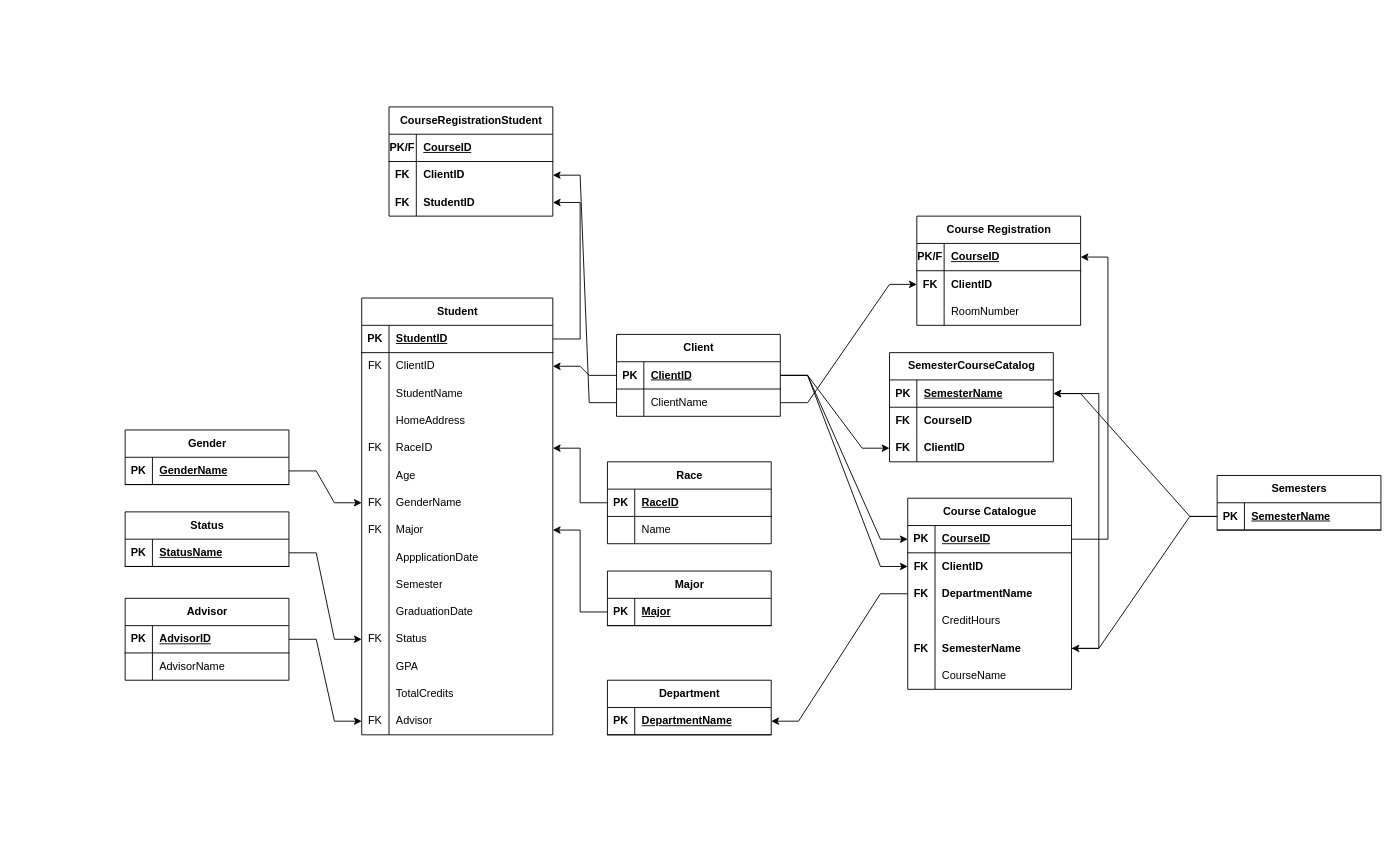
The draw.io diagram Project 5.drawio in dkim28/dkim28, before the edit. Source tidied: cells renumbered, new cells numbered last; positions are measured from the earlier drawing's top-left corner, leaving out a move shared by most shapes. Both pictures are drawn from the tidied source at 91%, with x=0, y=0 at pixel (125, 106).
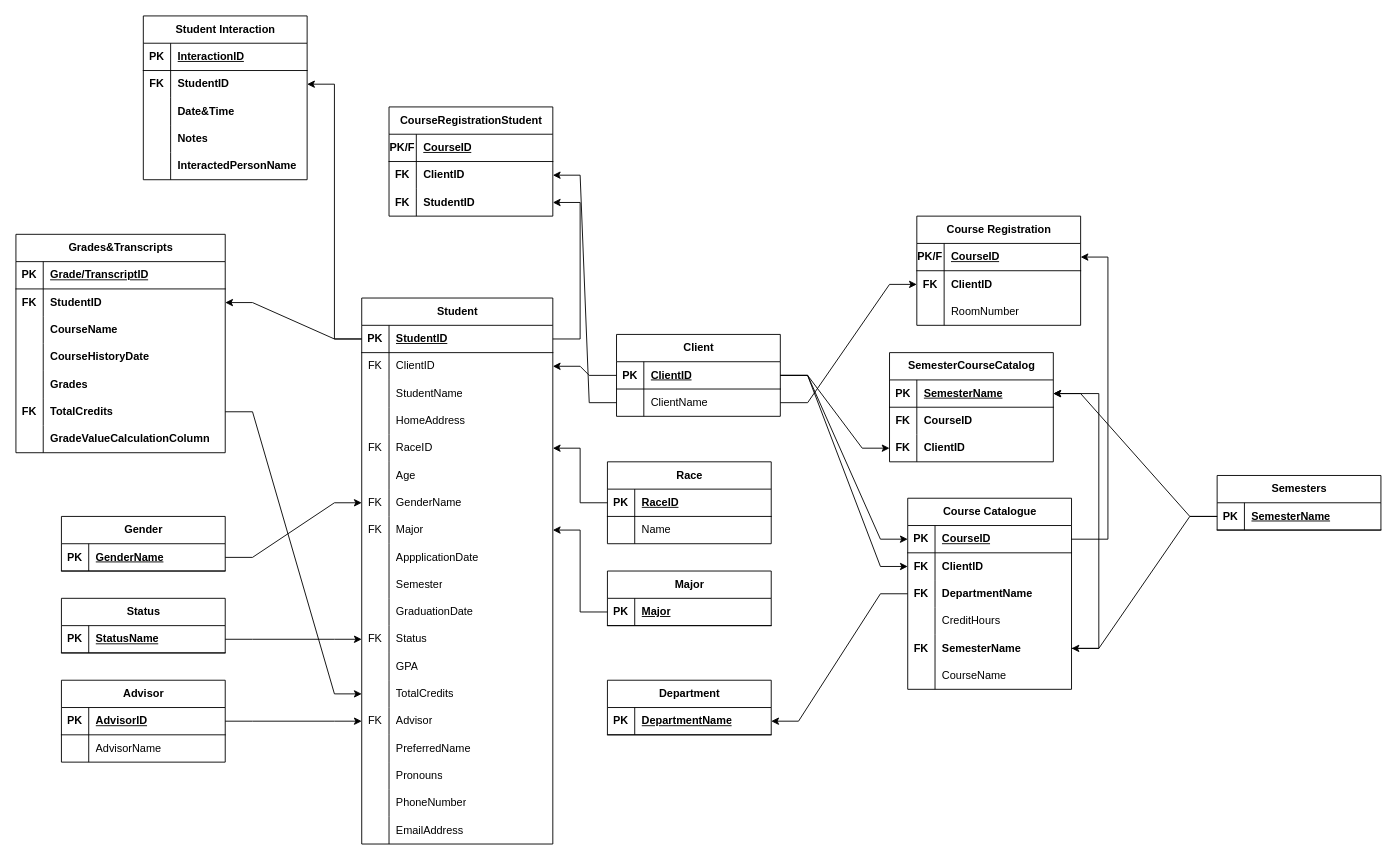
The same diagram, later.

The change refers to these unchanged cells:
```xml
<mxCell id="3" style="shape=tableRow;horizontal=0;startSize=0;swimlaneHead=0;swimlaneBody=0;fillColor=none;points=[[0,0.5],[1,0.5]];portConstraint=eastwest;top=0;left=0;right=0;bottom=1;" parent="2" vertex="1">
  <mxGeometry y="30" width="210" height="30" as="geometry" />
</mxCell>
<mxCell id="42" style="shape=tableRow;horizontal=0;startSize=0;swimlaneHead=0;swimlaneBody=0;fillColor=none;points=[[0,0.5],[1,0.5]];portConstraint=eastwest;top=0;left=0;right=0;bottom=0;" parent="2" vertex="1">
  <mxGeometry y="420" width="210" height="30" as="geometry" />
</mxCell>
```

Diff of the diagram source:
```diff
@@
     <mxCell id="2" value="Student" style="shape=table;startSize=30;childLayout=tableLayout;rowLines=0;fontStyle=1;align=center;html=1;" parent="1" vertex="1">
-      <mxGeometry x="260" y="210" width="210" height="480" as="geometry" />
+      <mxGeometry x="260" y="210" width="210" height="600" as="geometry" />
     </mxCell>
@@
+    <mxCell id="155" style="shape=tableRow;horizontal=0;startSize=0;swimlaneHead=0;swimlaneBody=0;fillColor=none;top=0;left=0;right=0;bottom=0;" parent="2" vertex="1">
+      <mxGeometry y="480" width="210" height="30" as="geometry" />
+    </mxCell>
+    <mxCell id="156" style="shape=partialRectangle;fillColor=none;top=0;left=0;bottom=0;right=0;overflow=hidden;whiteSpace=wrap;html=1;" parent="155" vertex="1">
+      <mxGeometry width="30" height="30" as="geometry" />
+    </mxCell>
+    <mxCell id="157" value="PreferredName" style="shape=partialRectangle;fillColor=none;top=0;left=0;bottom=0;right=0;align=left;spacingLeft=6;overflow=hidden;whiteSpace=wrap;html=1;" parent="155" vertex="1">
+      <mxGeometry x="30" width="180" height="30" as="geometry" />
+    </mxCell>
+    <mxCell id="158" style="shape=tableRow;horizontal=0;startSize=0;swimlaneHead=0;swimlaneBody=0;fillColor=none;top=0;left=0;right=0;bottom=0;" parent="2" vertex="1">
+      <mxGeometry y="510" width="210" height="30" as="geometry" />
+    </mxCell>
+    <mxCell id="159" style="shape=partialRectangle;fillColor=none;top=0;left=0;bottom=0;right=0;overflow=hidden;whiteSpace=wrap;html=1;" parent="158" vertex="1">
+      <mxGeometry width="30" height="30" as="geometry" />
+    </mxCell>
+    <mxCell id="160" value="Pronouns" style="shape=partialRectangle;fillColor=none;top=0;left=0;bottom=0;right=0;align=left;spacingLeft=6;overflow=hidden;whiteSpace=wrap;html=1;" parent="158" vertex="1">
+      <mxGeometry x="30" width="180" height="30" as="geometry" />
+    </mxCell>
+    <mxCell id="161" style="shape=tableRow;horizontal=0;startSize=0;swimlaneHead=0;swimlaneBody=0;fillColor=none;top=0;left=0;right=0;bottom=0;" parent="2" vertex="1">
+      <mxGeometry y="540" width="210" height="30" as="geometry" />
+    </mxCell>
+    <mxCell id="162" style="shape=partialRectangle;fillColor=none;top=0;left=0;bottom=0;right=0;overflow=hidden;whiteSpace=wrap;html=1;" parent="161" vertex="1">
+      <mxGeometry width="30" height="30" as="geometry" />
+    </mxCell>
+    <mxCell id="163" value="PhoneNumber" style="shape=partialRectangle;fillColor=none;top=0;left=0;bottom=0;right=0;align=left;spacingLeft=6;overflow=hidden;whiteSpace=wrap;html=1;" parent="161" vertex="1">
+      <mxGeometry x="30" width="180" height="30" as="geometry" />
+    </mxCell>
+    <mxCell id="164" style="shape=tableRow;horizontal=0;startSize=0;swimlaneHead=0;swimlaneBody=0;fillColor=none;top=0;left=0;right=0;bottom=0;" parent="2" vertex="1">
+      <mxGeometry y="570" width="210" height="30" as="geometry" />
+    </mxCell>
+    <mxCell id="165" style="shape=partialRectangle;fillColor=none;top=0;left=0;bottom=0;right=0;overflow=hidden;whiteSpace=wrap;html=1;" parent="164" vertex="1">
+      <mxGeometry width="30" height="30" as="geometry" />
+    </mxCell>
+    <mxCell id="166" value="EmailAddress" style="shape=partialRectangle;fillColor=none;top=0;left=0;bottom=0;right=0;align=left;spacingLeft=6;overflow=hidden;whiteSpace=wrap;html=1;" parent="164" vertex="1">
+      <mxGeometry x="30" width="180" height="30" as="geometry" />
+    </mxCell>
@@
     <mxCell id="95" value="Gender" style="shape=table;startSize=30;childLayout=tableLayout;rowLines=0;fontStyle=1;align=center;html=1;" parent="1" vertex="1">
-      <mxGeometry y="355" width="180" height="60" as="geometry" />
+      <mxGeometry x="-70" y="450" width="180" height="60" as="geometry" />
     </mxCell>
@@
     <mxCell id="99" value="Status" style="shape=table;startSize=30;childLayout=tableLayout;rowLines=0;fontStyle=1;align=center;html=1;" parent="1" vertex="1">
-      <mxGeometry y="445" width="180" height="60" as="geometry" />
+      <mxGeometry x="-70" y="540" width="180" height="60" as="geometry" />
     </mxCell>
@@
     <mxCell id="103" value="Advisor" style="shape=table;startSize=30;childLayout=tableLayout;rowLines=0;fontStyle=1;align=center;html=1;" parent="1" vertex="1">
-      <mxGeometry y="540" width="180" height="90" as="geometry" />
+      <mxGeometry x="-70" y="630" width="180" height="90" as="geometry" />
     </mxCell>
@@
+    <mxCell id="167" value="Student Interaction" style="shape=table;startSize=30;childLayout=tableLayout;rowLines=0;fontStyle=1;align=center;html=1;" parent="1" vertex="1">
+      <mxGeometry x="20" y="-100" width="180" height="180" as="geometry" />
+    </mxCell>
+    <mxCell id="168" style="shape=tableRow;horizontal=0;startSize=0;swimlaneHead=0;swimlaneBody=0;fillColor=none;top=0;left=0;right=0;bottom=1;" parent="167" vertex="1">
+      <mxGeometry y="30" width="180" height="30" as="geometry" />
+    </mxCell>
+    <mxCell id="169" value="PK" style="shape=partialRectangle;fillColor=none;top=0;left=0;bottom=0;right=0;fontStyle=1;overflow=hidden;whiteSpace=wrap;html=1;" parent="168" vertex="1">
+      <mxGeometry width="30" height="30" as="geometry" />
+    </mxCell>
+    <mxCell id="170" value="InteractionID" style="shape=partialRectangle;fillColor=none;top=0;left=0;bottom=0;right=0;align=left;spacingLeft=6;fontStyle=5;overflow=hidden;whiteSpace=wrap;html=1;" parent="168" vertex="1">
+      <mxGeometry x="30" width="150" height="30" as="geometry" />
+    </mxCell>
+    <mxCell id="171" style="shape=tableRow;horizontal=0;startSize=0;swimlaneHead=0;swimlaneBody=0;fillColor=none;points=[[0,0.5],[1,0.5]];portConstraint=eastwest;top=0;left=0;right=0;bottom=0;" parent="167" vertex="1">
+      <mxGeometry y="60" width="180" height="30" as="geometry" />
+    </mxCell>
+    <mxCell id="172" value="&lt;b&gt;FK&lt;/b&gt;" style="shape=partialRectangle;fillColor=none;top=0;left=0;bottom=0;right=0;overflow=hidden;whiteSpace=wrap;html=1;" parent="171" vertex="1">
+      <mxGeometry width="30" height="30" as="geometry" />
+    </mxCell>
+    <mxCell id="173" value="&lt;b&gt;StudentID&lt;/b&gt;" style="shape=partialRectangle;fillColor=none;top=0;left=0;bottom=0;right=0;align=left;spacingLeft=6;overflow=hidden;whiteSpace=wrap;html=1;" parent="171" vertex="1">
+      <mxGeometry x="30" width="150" height="30" as="geometry" />
+    </mxCell>
+    <mxCell id="174" style="shape=tableRow;horizontal=0;startSize=0;swimlaneHead=0;swimlaneBody=0;fillColor=none;top=0;left=0;right=0;bottom=0;" parent="167" vertex="1">
+      <mxGeometry y="90" width="180" height="30" as="geometry" />
+    </mxCell>
+    <mxCell id="175" style="shape=partialRectangle;fillColor=none;top=0;left=0;bottom=0;right=0;overflow=hidden;whiteSpace=wrap;html=1;" parent="174" vertex="1">
+      <mxGeometry width="30" height="30" as="geometry" />
+    </mxCell>
+    <mxCell id="176" value="&lt;b&gt;Date&amp;amp;Time&lt;br&gt;&lt;/b&gt;" style="shape=partialRectangle;fillColor=none;top=0;left=0;bottom=0;right=0;align=left;spacingLeft=6;overflow=hidden;whiteSpace=wrap;html=1;" parent="174" vertex="1">
+      <mxGeometry x="30" width="150" height="30" as="geometry" />
+    </mxCell>
+    <mxCell id="177" style="shape=tableRow;horizontal=0;startSize=0;swimlaneHead=0;swimlaneBody=0;fillColor=none;top=0;left=0;right=0;bottom=0;" parent="167" vertex="1">
+      <mxGeometry y="120" width="180" height="30" as="geometry" />
+    </mxCell>
+    <mxCell id="178" style="shape=partialRectangle;fillColor=none;top=0;left=0;bottom=0;right=0;overflow=hidden;whiteSpace=wrap;html=1;" parent="177" vertex="1">
+      <mxGeometry width="30" height="30" as="geometry" />
+    </mxCell>
+    <mxCell id="179" value="&lt;b&gt;Notes&lt;/b&gt;" style="shape=partialRectangle;fillColor=none;top=0;left=0;bottom=0;right=0;align=left;spacingLeft=6;overflow=hidden;whiteSpace=wrap;html=1;" parent="177" vertex="1">
+      <mxGeometry x="30" width="150" height="30" as="geometry" />
+    </mxCell>
+    <mxCell id="180" style="shape=tableRow;horizontal=0;startSize=0;swimlaneHead=0;swimlaneBody=0;fillColor=none;top=0;left=0;right=0;bottom=0;" parent="167" vertex="1">
+      <mxGeometry y="150" width="180" height="30" as="geometry" />
+    </mxCell>
+    <mxCell id="181" style="shape=partialRectangle;fillColor=none;top=0;left=0;bottom=0;right=0;overflow=hidden;whiteSpace=wrap;html=1;" parent="180" vertex="1">
+      <mxGeometry width="30" height="30" as="geometry" />
+    </mxCell>
+    <mxCell id="182" value="&lt;b&gt;InteractedPersonName&lt;br&gt;&lt;/b&gt;" style="shape=partialRectangle;fillColor=none;top=0;left=0;bottom=0;right=0;align=left;spacingLeft=6;overflow=hidden;whiteSpace=wrap;html=1;" parent="180" vertex="1">
+      <mxGeometry x="30" width="150" height="30" as="geometry" />
+    </mxCell>
+    <mxCell id="183" style="edgeStyle=entityRelationEdgeStyle;fontSize=12;html=1;endArrow=classic;endFill=1;rounded=0;exitX=0;exitY=0.5;exitDx=0;exitDy=0;entryX=1;entryY=0.5;entryDx=0;entryDy=0;" parent="1" edge="1" source="3" target="171">
+      <mxGeometry relative="1" as="geometry" />
+    </mxCell>
+    <mxCell id="184" value="Grades&amp;amp;Transcripts" style="shape=table;startSize=30;childLayout=tableLayout;rowLines=0;fontStyle=1;align=center;html=1;" parent="1" vertex="1">
+      <mxGeometry x="-120" y="140" width="230" height="240" as="geometry" />
+    </mxCell>
+    <mxCell id="185" style="shape=tableRow;horizontal=0;startSize=0;swimlaneHead=0;swimlaneBody=0;fillColor=none;top=0;left=0;right=0;bottom=1;" parent="184" vertex="1">
+      <mxGeometry y="30" width="230" height="30" as="geometry" />
+    </mxCell>
+    <mxCell id="186" value="PK" style="shape=partialRectangle;fillColor=none;top=0;left=0;bottom=0;right=0;fontStyle=1;overflow=hidden;whiteSpace=wrap;html=1;" parent="185" vertex="1">
+      <mxGeometry width="30" height="30" as="geometry" />
+    </mxCell>
+    <mxCell id="187" value="Grade/TranscriptID" style="shape=partialRectangle;fillColor=none;top=0;left=0;bottom=0;right=0;align=left;spacingLeft=6;fontStyle=5;overflow=hidden;whiteSpace=wrap;html=1;" parent="185" vertex="1">
+      <mxGeometry x="30" width="200" height="30" as="geometry" />
+    </mxCell>
+    <mxCell id="188" style="shape=tableRow;horizontal=0;startSize=0;swimlaneHead=0;swimlaneBody=0;fillColor=none;points=[[0,0.5],[1,0.5]];portConstraint=eastwest;top=0;left=0;right=0;bottom=0;" parent="184" vertex="1">
+      <mxGeometry y="60" width="230" height="30" as="geometry" />
+    </mxCell>
+    <mxCell id="189" value="&lt;b&gt;FK&lt;/b&gt;" style="shape=partialRectangle;fillColor=none;top=0;left=0;bottom=0;right=0;overflow=hidden;whiteSpace=wrap;html=1;" parent="188" vertex="1">
+      <mxGeometry width="30" height="30" as="geometry" />
+    </mxCell>
+    <mxCell id="190" value="&lt;b&gt;StudentID&lt;/b&gt;" style="shape=partialRectangle;fillColor=none;top=0;left=0;bottom=0;right=0;align=left;spacingLeft=6;overflow=hidden;whiteSpace=wrap;html=1;" parent="188" vertex="1">
+      <mxGeometry x="30" width="200" height="30" as="geometry" />
+    </mxCell>
+    <mxCell id="191" style="shape=tableRow;horizontal=0;startSize=0;swimlaneHead=0;swimlaneBody=0;fillColor=none;top=0;left=0;right=0;bottom=0;" parent="184" vertex="1">
+      <mxGeometry y="90" width="230" height="30" as="geometry" />
+    </mxCell>
+    <mxCell id="192" style="shape=partialRectangle;fillColor=none;top=0;left=0;bottom=0;right=0;overflow=hidden;whiteSpace=wrap;html=1;" parent="191" vertex="1">
+      <mxGeometry width="30" height="30" as="geometry" />
+    </mxCell>
+    <mxCell id="193" value="&lt;b&gt;CourseName&lt;br&gt;&lt;/b&gt;" style="shape=partialRectangle;fillColor=none;top=0;left=0;bottom=0;right=0;align=left;spacingLeft=6;overflow=hidden;whiteSpace=wrap;html=1;" parent="191" vertex="1">
+      <mxGeometry x="30" width="200" height="30" as="geometry" />
+    </mxCell>
+    <mxCell id="194" style="shape=tableRow;horizontal=0;startSize=0;swimlaneHead=0;swimlaneBody=0;fillColor=none;top=0;left=0;right=0;bottom=0;" parent="184" vertex="1">
+      <mxGeometry y="120" width="230" height="30" as="geometry" />
+    </mxCell>
+    <mxCell id="195" style="shape=partialRectangle;fillColor=none;top=0;left=0;bottom=0;right=0;overflow=hidden;whiteSpace=wrap;html=1;" parent="194" vertex="1">
+      <mxGeometry width="30" height="30" as="geometry" />
+    </mxCell>
+    <mxCell id="196" value="&lt;b&gt;CourseHistoryDate&lt;br&gt;&lt;/b&gt;" style="shape=partialRectangle;fillColor=none;top=0;left=0;bottom=0;right=0;align=left;spacingLeft=6;overflow=hidden;whiteSpace=wrap;html=1;" parent="194" vertex="1">
+      <mxGeometry x="30" width="200" height="30" as="geometry" />
+    </mxCell>
+    <mxCell id="197" style="shape=tableRow;horizontal=0;startSize=0;swimlaneHead=0;swimlaneBody=0;fillColor=none;top=0;left=0;right=0;bottom=0;" parent="184" vertex="1">
+      <mxGeometry y="150" width="230" height="30" as="geometry" />
+    </mxCell>
+    <mxCell id="198" style="shape=partialRectangle;fillColor=none;top=0;left=0;bottom=0;right=0;overflow=hidden;whiteSpace=wrap;html=1;" parent="197" vertex="1">
+      <mxGeometry width="30" height="30" as="geometry" />
+    </mxCell>
+    <mxCell id="199" value="&lt;b&gt;Grades&lt;/b&gt;" style="shape=partialRectangle;fillColor=none;top=0;left=0;bottom=0;right=0;align=left;spacingLeft=6;overflow=hidden;whiteSpace=wrap;html=1;" parent="197" vertex="1">
+      <mxGeometry x="30" width="200" height="30" as="geometry" />
+    </mxCell>
+    <mxCell id="200" style="shape=tableRow;horizontal=0;startSize=0;swimlaneHead=0;swimlaneBody=0;fillColor=none;points=[[0,0.5],[1,0.5]];portConstraint=eastwest;top=0;left=0;right=0;bottom=0;" parent="184" vertex="1">
+      <mxGeometry y="180" width="230" height="30" as="geometry" />
+    </mxCell>
+    <mxCell id="201" value="&lt;b&gt;FK&lt;/b&gt;" style="shape=partialRectangle;fillColor=none;top=0;left=0;bottom=0;right=0;overflow=hidden;whiteSpace=wrap;html=1;" parent="200" vertex="1">
+      <mxGeometry width="30" height="30" as="geometry" />
+    </mxCell>
+    <mxCell id="202" value="&lt;b&gt;TotalCredits&lt;/b&gt;" style="shape=partialRectangle;fillColor=none;top=0;left=0;bottom=0;right=0;align=left;spacingLeft=6;overflow=hidden;whiteSpace=wrap;html=1;" parent="200" vertex="1">
+      <mxGeometry x="30" width="200" height="30" as="geometry" />
+    </mxCell>
+    <mxCell id="203" style="shape=tableRow;horizontal=0;startSize=0;swimlaneHead=0;swimlaneBody=0;fillColor=none;top=0;left=0;right=0;bottom=0;" parent="184" vertex="1">
+      <mxGeometry y="210" width="230" height="30" as="geometry" />
+    </mxCell>
+    <mxCell id="204" style="shape=partialRectangle;fillColor=none;top=0;left=0;bottom=0;right=0;overflow=hidden;whiteSpace=wrap;html=1;" parent="203" vertex="1">
+      <mxGeometry width="30" height="30" as="geometry" />
+    </mxCell>
+    <mxCell id="205" value="&lt;b&gt;GradeValueCalculationColumn&lt;br&gt;&lt;/b&gt;" style="shape=partialRectangle;fillColor=none;top=0;left=0;bottom=0;right=0;align=left;spacingLeft=6;overflow=hidden;whiteSpace=wrap;html=1;" parent="203" vertex="1">
+      <mxGeometry x="30" width="200" height="30" as="geometry" />
+    </mxCell>
+    <mxCell id="206" style="edgeStyle=entityRelationEdgeStyle;fontSize=12;html=1;endArrow=classic;endFill=1;rounded=0;entryX=1;entryY=0.5;entryDx=0;entryDy=0;" parent="1" edge="1" source="3" target="188">
+      <mxGeometry relative="1" as="geometry" />
+    </mxCell>
+    <mxCell id="207" style="edgeStyle=entityRelationEdgeStyle;fontSize=12;html=1;endArrow=classic;endFill=1;rounded=0;exitX=1;exitY=0.5;exitDx=0;exitDy=0;" parent="1" edge="1" source="200" target="42">
+      <mxGeometry relative="1" as="geometry" />
+    </mxCell>
```
